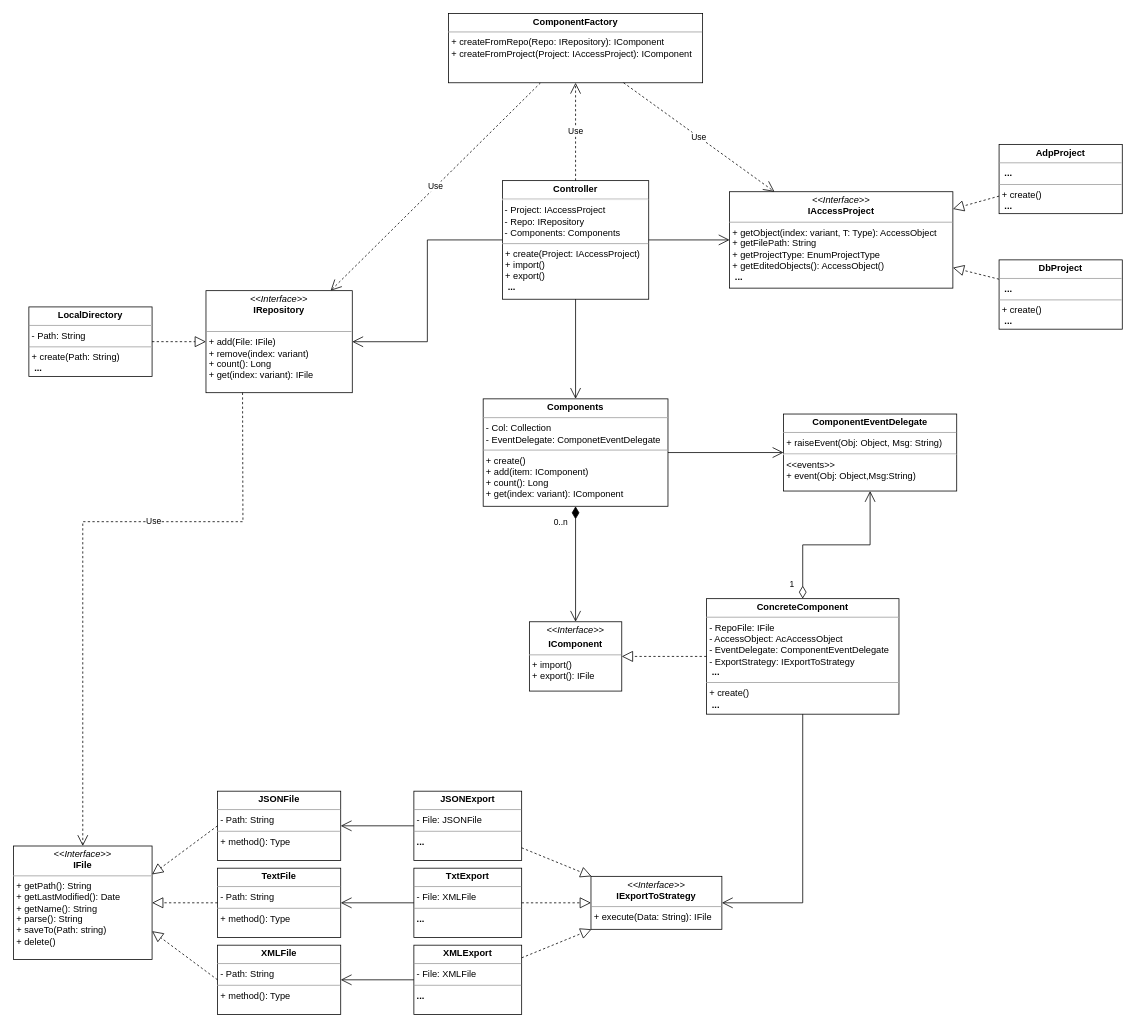
Earlier version of the draw.io diagram Class Diagram.drawio (Whiskeyless/msaccess-vcs-integration). Source tidied: cells renumbered, new cells numbered last; positions are measured from the earlier drawing's top-left corner, leaving out a move shared by most shapes. Both pictures are drawn from the tidied source at 77%, with x=0, y=0 at pixel (13, 13).
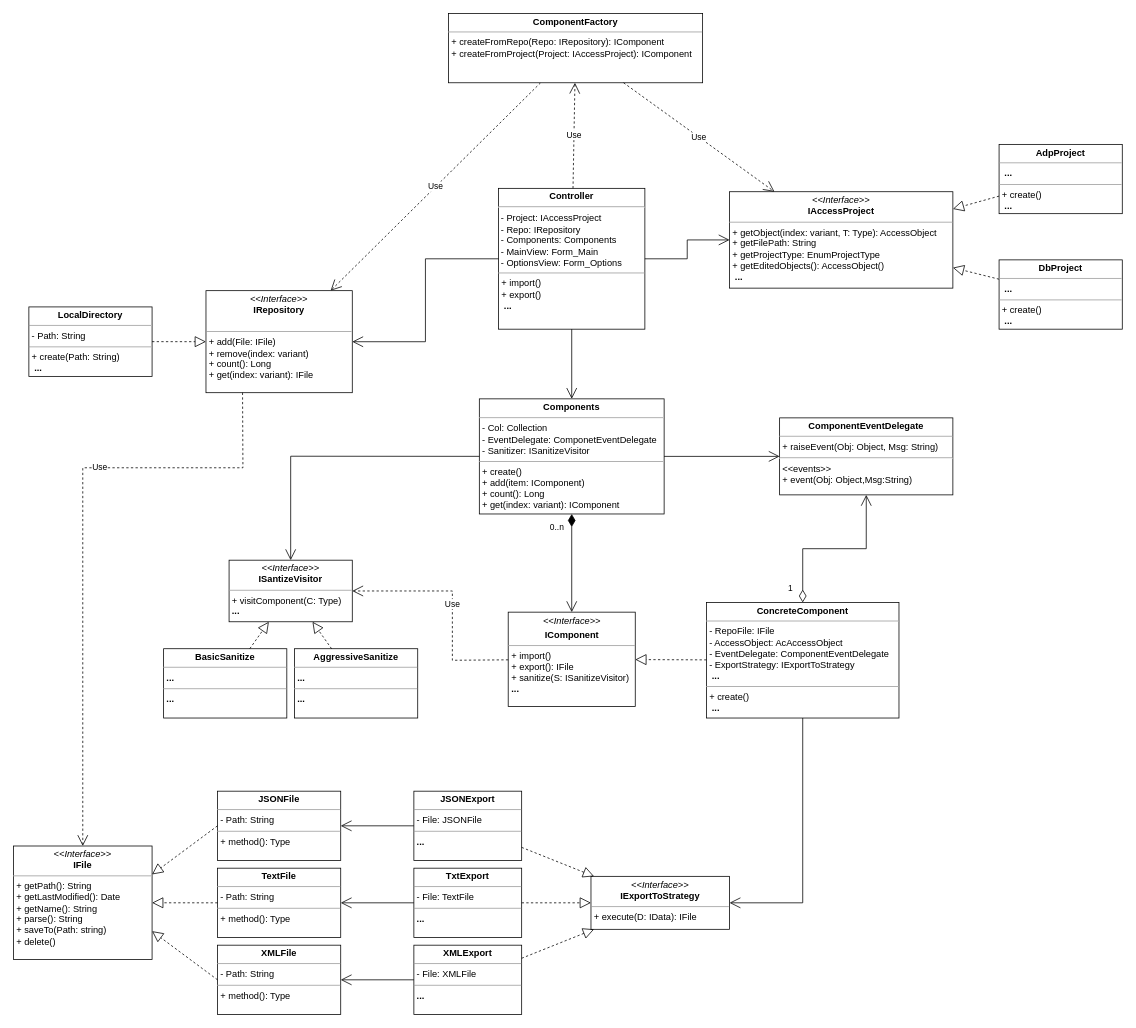
After the change.

Unchanged cells that the change refers to:
```xml
<mxCell id="13" value="&lt;p style=&quot;margin:0px;margin-top:4px;text-align:center;&quot;&gt;&lt;i&gt;&amp;lt;&amp;lt;Interface&amp;gt;&amp;gt;&lt;/i&gt;&lt;br&gt;&lt;b&gt;IFile&lt;/b&gt;&lt;/p&gt;&lt;hr size=&quot;1&quot;&gt;&lt;p style=&quot;margin:0px;margin-left:4px;&quot;&gt;+ getPath(): String&lt;/p&gt;&lt;p style=&quot;margin:0px;margin-left:4px;&quot;&gt;+ getLastModified(): Date&lt;/p&gt;&lt;p style=&quot;margin:0px;margin-left:4px;&quot;&gt;+ getName(): String&lt;/p&gt;&lt;p style=&quot;margin:0px;margin-left:4px;&quot;&gt;&lt;span style=&quot;background-color: initial;&quot;&gt;+ parse(): String&lt;/span&gt;&lt;/p&gt;&lt;p style=&quot;margin:0px;margin-left:4px;&quot;&gt;+ saveTo(Path: string)&lt;/p&gt;&lt;p style=&quot;margin:0px;margin-left:4px;&quot;&gt;+ delete()&lt;/p&gt;" style="verticalAlign=top;align=left;overflow=fill;fontSize=12;fontFamily=Helvetica;html=1;" parent="1" vertex="1">
  <mxGeometry y="1081.2" width="180" height="147.5" as="geometry" />
</mxCell>
<mxCell id="23" value="&lt;p style=&quot;margin:0px;margin-top:4px;text-align:center;&quot;&gt;&lt;i&gt;&amp;lt;&amp;lt;Interface&amp;gt;&amp;gt;&lt;/i&gt;&lt;br&gt;&lt;b&gt;IRepository&lt;/b&gt;&lt;/p&gt;&lt;br&gt;&lt;hr size=&quot;1&quot;&gt;&lt;p style=&quot;margin:0px;margin-left:4px;&quot;&gt;+ add(File: IFile)&lt;br&gt;+ remove(index: variant)&lt;/p&gt;&lt;p style=&quot;margin:0px;margin-left:4px;&quot;&gt;+ count(): Long&lt;/p&gt;&lt;p style=&quot;margin:0px;margin-left:4px;&quot;&gt;+ get(index: variant): IFile&lt;/p&gt;" style="verticalAlign=top;align=left;overflow=fill;fontSize=12;fontFamily=Helvetica;html=1;" parent="1" vertex="1">
  <mxGeometry x="250" y="360" width="190" height="132.5" as="geometry" />
</mxCell>
```

Change to the diagram source:
```diff
@@
-    <mxCell id="4" value="&lt;p style=&quot;margin:0px;margin-top:4px;text-align:center;&quot;&gt;&lt;b&gt;Controller&lt;/b&gt;&lt;/p&gt;&lt;hr&gt;&amp;nbsp;- Project: IAccessProject&lt;br&gt;&amp;nbsp;- Repo: IRepository&lt;br&gt;&amp;nbsp;- Components: Components&lt;br&gt;&lt;hr size=&quot;1&quot;&gt;&lt;p style=&quot;margin:0px;margin-left:4px;&quot;&gt;+ create(Project: IAccessProject)&lt;/p&gt;&lt;p style=&quot;margin:0px;margin-left:4px;&quot;&gt;+ import()&lt;/p&gt;&lt;p style=&quot;margin:0px;margin-left:4px;&quot;&gt;+ export()&lt;/p&gt;&lt;p style=&quot;margin:0px;margin-left:4px;&quot;&gt;&amp;nbsp;&lt;b&gt;...&lt;/b&gt;&lt;/p&gt;" style="verticalAlign=top;align=left;overflow=fill;fontSize=12;fontFamily=Helvetica;html=1;" parent="1" vertex="1">
-      <mxGeometry x="635" y="217.1" width="190" height="154" as="geometry" />
+    <mxCell id="4" value="&lt;p style=&quot;margin:0px;margin-top:4px;text-align:center;&quot;&gt;&lt;b&gt;Controller&lt;/b&gt;&lt;/p&gt;&lt;hr&gt;&amp;nbsp;- Project: IAccessProject&lt;br&gt;&amp;nbsp;- Repo: IRepository&lt;br&gt;&amp;nbsp;- Components: Components&lt;br&gt;&amp;nbsp;- MainView: Form_Main&lt;br&gt;&amp;nbsp;- OptionsView: Form_Options&lt;br&gt;&lt;hr size=&quot;1&quot;&gt;&lt;p style=&quot;margin:0px;margin-left:4px;&quot;&gt;&lt;span style=&quot;background-color: initial;&quot;&gt;+ import()&lt;/span&gt;&lt;br&gt;&lt;/p&gt;&lt;p style=&quot;margin:0px;margin-left:4px;&quot;&gt;+ export()&lt;/p&gt;&lt;p style=&quot;margin:0px;margin-left:4px;&quot;&gt;&amp;nbsp;&lt;b&gt;...&lt;/b&gt;&lt;/p&gt;" style="verticalAlign=top;align=left;overflow=fill;fontSize=12;fontFamily=Helvetica;html=1;" parent="1" vertex="1">
+      <mxGeometry x="630" y="227.1" width="190" height="182.9" as="geometry" />
     </mxCell>
@@
     <mxCell id="8" value="&lt;p style=&quot;margin:0px;margin-top:4px;text-align:center;&quot;&gt;&lt;b&gt;ConcreteComponent&lt;/b&gt;&lt;/p&gt;&lt;hr size=&quot;1&quot;&gt;&lt;p style=&quot;margin:0px;margin-left:4px;&quot;&gt;- RepoFile: IFile&lt;/p&gt;&lt;p style=&quot;margin:0px;margin-left:4px;&quot;&gt;- AccessObject: AcAccessObject&lt;/p&gt;&lt;p style=&quot;margin:0px;margin-left:4px;&quot;&gt;- EventDelegate: ComponentEventDelegate&lt;/p&gt;&lt;p style=&quot;margin:0px;margin-left:4px;&quot;&gt;- ExportStrategy: IExportToStrategy&lt;/p&gt;&lt;p style=&quot;margin:0px;margin-left:4px;&quot;&gt;&lt;span style=&quot;background-color: initial;&quot;&gt;&amp;nbsp;&lt;/span&gt;&lt;b style=&quot;background-color: initial;&quot;&gt;...&lt;/b&gt;&lt;br&gt;&lt;/p&gt;&lt;hr size=&quot;1&quot;&gt;&lt;p style=&quot;margin:0px;margin-left:4px;&quot;&gt;+ create()&lt;/p&gt;&lt;p style=&quot;margin:0px;margin-left:4px;&quot;&gt;&amp;nbsp;&lt;b&gt;...&lt;/b&gt;&lt;/p&gt;" style="verticalAlign=top;align=left;overflow=fill;fontSize=12;fontFamily=Helvetica;html=1;" parent="1" vertex="1">
-      <mxGeometry x="900" y="760" width="250" height="150" as="geometry" />
+      <mxGeometry x="900" y="765" width="250" height="150" as="geometry" />
     </mxCell>
-    <mxCell id="9" value="&lt;p style=&quot;margin:0px;margin-top:4px;text-align:center;&quot;&gt;&lt;i&gt;&amp;lt;&amp;lt;Interface&amp;gt;&amp;gt;&lt;/i&gt;&lt;br&gt;&lt;/p&gt;&lt;p style=&quot;margin:0px;margin-top:4px;text-align:center;&quot;&gt;&lt;b&gt;IComponent&lt;/b&gt;&lt;/p&gt;&lt;hr size=&quot;1&quot;&gt;&lt;p style=&quot;margin: 0px 0px 0px 4px;&quot;&gt;+ import()&lt;/p&gt;&lt;p style=&quot;margin: 0px 0px 0px 4px;&quot;&gt;+ export(): IFile&lt;/p&gt;" style="verticalAlign=top;align=left;overflow=fill;fontSize=12;fontFamily=Helvetica;html=1;" parent="1" vertex="1">
-      <mxGeometry x="670" y="790" width="120" height="90" as="geometry" />
+    <mxCell id="9" value="&lt;p style=&quot;margin:0px;margin-top:4px;text-align:center;&quot;&gt;&lt;i&gt;&amp;lt;&amp;lt;Interface&amp;gt;&amp;gt;&lt;/i&gt;&lt;br&gt;&lt;/p&gt;&lt;p style=&quot;margin:0px;margin-top:4px;text-align:center;&quot;&gt;&lt;b&gt;IComponent&lt;/b&gt;&lt;/p&gt;&lt;hr size=&quot;1&quot;&gt;&lt;p style=&quot;margin: 0px 0px 0px 4px;&quot;&gt;+ import()&lt;/p&gt;&lt;p style=&quot;margin: 0px 0px 0px 4px;&quot;&gt;+ export(): IFile&lt;/p&gt;&lt;p style=&quot;margin: 0px 0px 0px 4px;&quot;&gt;+ sanitize(S: ISanitizeVisitor)&lt;/p&gt;&lt;p style=&quot;margin: 0px 0px 0px 4px;&quot;&gt;&lt;b style=&quot;background-color: initial;&quot;&gt;...&lt;/b&gt;&lt;/p&gt;" style="verticalAlign=top;align=left;overflow=fill;fontSize=12;fontFamily=Helvetica;html=1;" parent="1" vertex="1">
+      <mxGeometry x="642.5" y="777.5" width="165" height="122.5" as="geometry" />
     </mxCell>
@@
     <mxCell id="26" value="Use" style="endArrow=open;endSize=12;dashed=1;html=1;rounded=0;entryX=0.5;entryY=0;entryDx=0;entryDy=0;exitX=0.25;exitY=1;exitDx=0;exitDy=0;" parent="1" edge="1" source="23" target="13">
       <mxGeometry x="-0.29" relative="1" as="geometry">
         <Array as="points">
-          <mxPoint x="298" y="660" />
-          <mxPoint x="160" y="660" />
+          <mxPoint x="298" y="590" />
+          <mxPoint x="90" y="590" />
           <mxPoint x="90" y="660" />
         </Array>
         <mxPoint x="-1" as="offset" />
       </mxGeometry>
     </mxCell>
@@
-    <mxCell id="28" value="&lt;p style=&quot;margin:0px;margin-top:4px;text-align:center;&quot;&gt;&lt;b&gt;TxtExport&lt;/b&gt;&lt;/p&gt;&lt;hr size=&quot;1&quot;&gt;&lt;p style=&quot;margin:0px;margin-left:4px;&quot;&gt;- File: XMLFile&lt;/p&gt;&lt;hr size=&quot;1&quot;&gt;&lt;p style=&quot;margin: 0px 0px 0px 4px;&quot;&gt;&lt;b style=&quot;background-color: initial;&quot;&gt;...&lt;/b&gt;&lt;br&gt;&lt;/p&gt;" style="verticalAlign=top;align=left;overflow=fill;fontSize=12;fontFamily=Helvetica;html=1;" parent="1" vertex="1">
+    <mxCell id="28" value="&lt;p style=&quot;margin:0px;margin-top:4px;text-align:center;&quot;&gt;&lt;b&gt;TxtExport&lt;/b&gt;&lt;/p&gt;&lt;hr size=&quot;1&quot;&gt;&lt;p style=&quot;margin:0px;margin-left:4px;&quot;&gt;- File: TextFile&lt;/p&gt;&lt;hr size=&quot;1&quot;&gt;&lt;p style=&quot;margin: 0px 0px 0px 4px;&quot;&gt;&lt;b style=&quot;background-color: initial;&quot;&gt;...&lt;/b&gt;&lt;br&gt;&lt;/p&gt;" style="verticalAlign=top;align=left;overflow=fill;fontSize=12;fontFamily=Helvetica;html=1;" parent="1" vertex="1">
       <mxGeometry x="520" y="1110" width="140" height="90" as="geometry" />
     </mxCell>
@@
-    <mxCell id="32" value="&lt;p style=&quot;margin:0px;margin-top:4px;text-align:center;&quot;&gt;&lt;b&gt;Components&lt;/b&gt;&lt;/p&gt;&lt;hr size=&quot;1&quot;&gt;&lt;p style=&quot;margin:0px;margin-left:4px;&quot;&gt;- Col: Collection&lt;/p&gt;&lt;p style=&quot;margin:0px;margin-left:4px;&quot;&gt;- EventDelegate: ComponetEventDelegate&lt;/p&gt;&lt;hr size=&quot;1&quot;&gt;&lt;p style=&quot;margin:0px;margin-left:4px;&quot;&gt;+ create()&lt;/p&gt;&lt;p style=&quot;margin:0px;margin-left:4px;&quot;&gt;+ add(item: IComponent)&lt;/p&gt;&lt;p style=&quot;margin:0px;margin-left:4px;&quot;&gt;&lt;span style=&quot;background-color: initial;&quot;&gt;+ count(): Long&lt;/span&gt;&lt;br&gt;&lt;/p&gt;&lt;p style=&quot;margin:0px;margin-left:4px;&quot;&gt;+ get(index: variant): IComponent&lt;/p&gt;" style="verticalAlign=top;align=left;overflow=fill;fontSize=12;fontFamily=Helvetica;html=1;" parent="1" vertex="1">
-      <mxGeometry x="610" y="500.5" width="240" height="139.5" as="geometry" />
+    <mxCell id="32" value="&lt;p style=&quot;margin:0px;margin-top:4px;text-align:center;&quot;&gt;&lt;b&gt;Components&lt;/b&gt;&lt;/p&gt;&lt;hr size=&quot;1&quot;&gt;&lt;p style=&quot;margin:0px;margin-left:4px;&quot;&gt;- Col: Collection&lt;/p&gt;&lt;p style=&quot;margin:0px;margin-left:4px;&quot;&gt;- EventDelegate: ComponetEventDelegate&lt;/p&gt;&lt;p style=&quot;margin:0px;margin-left:4px;&quot;&gt;- Sanitizer: ISanitizeVisitor&lt;/p&gt;&lt;hr size=&quot;1&quot;&gt;&lt;p style=&quot;margin:0px;margin-left:4px;&quot;&gt;+ create()&lt;/p&gt;&lt;p style=&quot;margin:0px;margin-left:4px;&quot;&gt;+ add(item: IComponent)&lt;/p&gt;&lt;p style=&quot;margin:0px;margin-left:4px;&quot;&gt;&lt;span style=&quot;background-color: initial;&quot;&gt;+ count(): Long&lt;/span&gt;&lt;br&gt;&lt;/p&gt;&lt;p style=&quot;margin:0px;margin-left:4px;&quot;&gt;+ get(index: variant): IComponent&lt;/p&gt;" style="verticalAlign=top;align=left;overflow=fill;fontSize=12;fontFamily=Helvetica;html=1;" parent="1" vertex="1">
+      <mxGeometry x="605" y="500.5" width="240" height="149.5" as="geometry" />
     </mxCell>
@@
     <mxCell id="36" value="&lt;p style=&quot;margin:0px;margin-top:4px;text-align:center;&quot;&gt;&lt;b&gt;ComponentEventDelegate&lt;/b&gt;&lt;/p&gt;&lt;hr size=&quot;1&quot;&gt;&lt;p style=&quot;margin:0px;margin-left:4px;&quot;&gt;+ raiseEvent(Obj: Object, Msg: String)&lt;/p&gt;&lt;hr&gt;&lt;p style=&quot;margin:0px;margin-left:4px;&quot;&gt;&amp;lt;&amp;lt;events&amp;gt;&amp;gt;&lt;/p&gt;&lt;p style=&quot;margin:0px;margin-left:4px;&quot;&gt;+ event(Obj: Object,Msg:String)&lt;/p&gt;&lt;p style=&quot;margin:0px;margin-left:4px;&quot;&gt;&lt;br&gt;&lt;/p&gt;" style="verticalAlign=top;align=left;overflow=fill;fontSize=12;fontFamily=Helvetica;html=1;" parent="1" vertex="1">
-      <mxGeometry x="1000" y="520.2" width="225" height="100" as="geometry" />
+      <mxGeometry x="995" y="525.2" width="225" height="100" as="geometry" />
     </mxCell>
@@
-    <mxCell id="41" value="&lt;p style=&quot;margin:0px;margin-top:4px;text-align:center;&quot;&gt;&lt;i&gt;&amp;lt;&amp;lt;Interface&amp;gt;&amp;gt;&lt;/i&gt;&lt;br&gt;&lt;b&gt;IExportToStrategy&lt;/b&gt;&lt;/p&gt;&lt;hr size=&quot;1&quot;&gt;&lt;p style=&quot;margin:0px;margin-left:4px;&quot;&gt;+ execute(Data: String): IFile&lt;br&gt;&lt;/p&gt;" style="verticalAlign=top;align=left;overflow=fill;fontSize=12;fontFamily=Helvetica;html=1;" parent="1" vertex="1">
-      <mxGeometry x="750" y="1120.6" width="170" height="68.8" as="geometry" />
+    <mxCell id="41" value="&lt;p style=&quot;margin:0px;margin-top:4px;text-align:center;&quot;&gt;&lt;i&gt;&amp;lt;&amp;lt;Interface&amp;gt;&amp;gt;&lt;/i&gt;&lt;br&gt;&lt;b&gt;IExportToStrategy&lt;/b&gt;&lt;/p&gt;&lt;hr size=&quot;1&quot;&gt;&lt;p style=&quot;margin:0px;margin-left:4px;&quot;&gt;+ execute(D: IData): IFile&lt;br&gt;&lt;/p&gt;" style="verticalAlign=top;align=left;overflow=fill;fontSize=12;fontFamily=Helvetica;html=1;" parent="1" vertex="1">
+      <mxGeometry x="750" y="1120.6" width="180" height="68.8" as="geometry" />
     </mxCell>
@@
+    <mxCell id="46" value="&lt;p style=&quot;margin:0px;margin-top:4px;text-align:center;&quot;&gt;&lt;i&gt;&amp;lt;&amp;lt;Interface&amp;gt;&amp;gt;&lt;/i&gt;&lt;br&gt;&lt;b&gt;ISantizeVisitor&lt;/b&gt;&lt;/p&gt;&lt;hr size=&quot;1&quot;&gt;&lt;p style=&quot;margin:0px;margin-left:4px;&quot;&gt;+ visitComponent(C: Type)&lt;br&gt;&lt;/p&gt;&lt;p style=&quot;margin:0px;margin-left:4px;&quot;&gt;&lt;b&gt;...&lt;/b&gt;&lt;/p&gt;" style="verticalAlign=top;align=left;overflow=fill;fontSize=12;fontFamily=Helvetica;html=1;" parent="1" vertex="1">
+      <mxGeometry x="280" y="710" width="160" height="80" as="geometry" />
+    </mxCell>
+    <mxCell id="47" value="&lt;p style=&quot;margin:0px;margin-top:4px;text-align:center;&quot;&gt;&lt;b&gt;BasicSanitize&lt;/b&gt;&lt;/p&gt;&lt;hr size=&quot;1&quot;&gt;&lt;p style=&quot;margin:0px;margin-left:4px;&quot;&gt;&lt;b&gt;...&lt;/b&gt;&lt;/p&gt;&lt;hr size=&quot;1&quot;&gt;&lt;p style=&quot;margin:0px;margin-left:4px;&quot;&gt;&lt;b&gt;...&lt;/b&gt;&lt;/p&gt;" style="verticalAlign=top;align=left;overflow=fill;fontSize=12;fontFamily=Helvetica;html=1;" parent="1" vertex="1">
+      <mxGeometry x="195" y="825" width="160" height="90" as="geometry" />
+    </mxCell>
+    <mxCell id="48" value="&lt;p style=&quot;margin:0px;margin-top:4px;text-align:center;&quot;&gt;&lt;b&gt;AggressiveSanitize&lt;/b&gt;&lt;/p&gt;&lt;hr size=&quot;1&quot;&gt;&lt;p style=&quot;margin:0px;margin-left:4px;&quot;&gt;&lt;b&gt;...&lt;/b&gt;&lt;/p&gt;&lt;hr size=&quot;1&quot;&gt;&lt;p style=&quot;margin:0px;margin-left:4px;&quot;&gt;&lt;b&gt;...&lt;/b&gt;&lt;/p&gt;" style="verticalAlign=top;align=left;overflow=fill;fontSize=12;fontFamily=Helvetica;html=1;" parent="1" vertex="1">
+      <mxGeometry x="365" y="825" width="160" height="90" as="geometry" />
+    </mxCell>
+    <mxCell id="49" style="endArrow=block;dashed=1;endFill=0;endSize=12;html=1;rounded=0;" parent="1" edge="1" source="47" target="46">
+      <mxGeometry relative="1" as="geometry" />
+    </mxCell>
+    <mxCell id="50" style="endArrow=block;dashed=1;endFill=0;endSize=12;html=1;rounded=0;" parent="1" edge="1" source="48" target="46">
+      <mxGeometry relative="1" as="geometry" />
+    </mxCell>
+    <mxCell id="51" value="Use" style="endArrow=open;endSize=12;dashed=1;html=1;rounded=0;" parent="1" edge="1" source="9" target="46">
+      <mxGeometry relative="1" as="geometry">
+        <Array as="points">
+          <mxPoint x="570" y="840" />
+          <mxPoint x="570" y="750" />
+        </Array>
+      </mxGeometry>
+    </mxCell>
+    <mxCell id="52" style="endArrow=open;endFill=1;endSize=12;html=1;rounded=0;" parent="1" edge="1" source="32" target="46">
+      <mxGeometry relative="1" as="geometry">
+        <Array as="points">
+          <mxPoint x="360" y="575" />
+        </Array>
+      </mxGeometry>
+    </mxCell>
```
